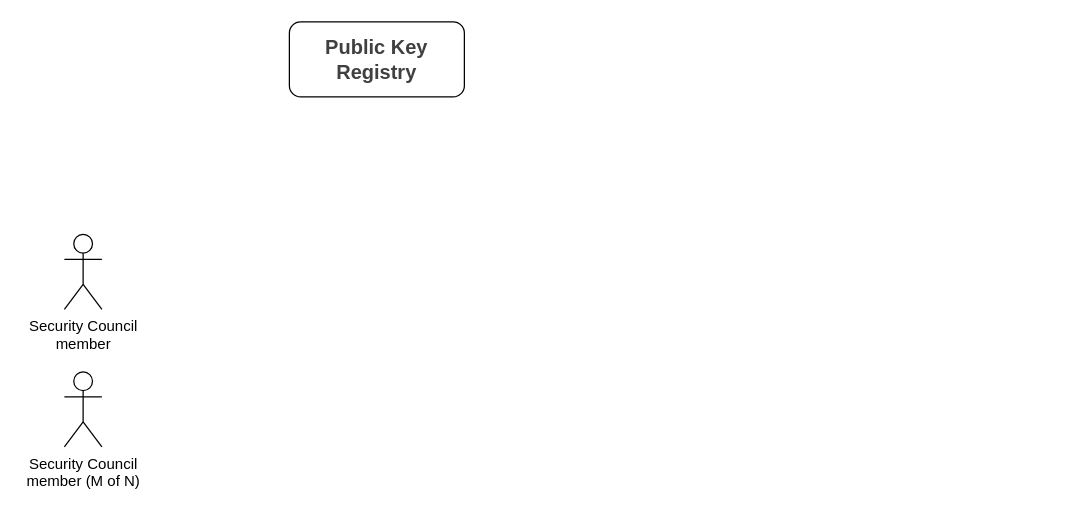
Above: page "Emergency proposal encryption" (5 of 6) of dao-flows.drawio in aragon/taiko-contracts (draw.io), before the change. Source tidied: cells renumbered, new cells numbered last; positions are measured from the earlier drawing's top-left corner, leaving out a move shared by most shapes. Both pictures are drawn from the tidied source at 125%, with x=0, y=0 at pixel (64, 21).
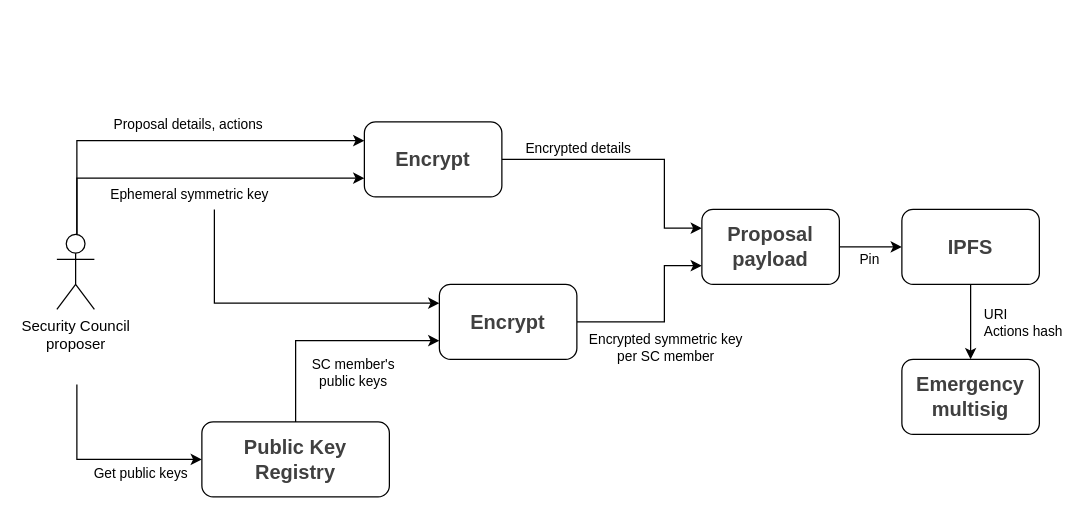
The same page after the edit.

Diff of the diagram source:
```diff
@@
+    <mxCell id="5" style="edgeStyle=orthogonalEdgeStyle;rounded=0;jettySize=auto;html=1;entryX=0;entryY=0.5;entryDx=0;entryDy=0;" parent="1" edge="1" target="4">
+      <mxGeometry relative="1" as="geometry">
+        <mxPoint x="10" y="290" as="sourcePoint" />
+        <Array as="points">
+          <mxPoint x="10" y="350" />
+        </Array>
+      </mxGeometry>
+    </mxCell>
+    <mxCell id="6" value="Get public keys" style="edgeLabel;html=1;align=center;verticalAlign=middle;" parent="5" vertex="1">
+      <mxGeometry x="-0.2" y="-1" relative="1" as="geometry">
+        <mxPoint x="46" y="9" as="offset" />
+      </mxGeometry>
+    </mxCell>
+    <mxCell id="7" style="edgeStyle=orthogonalEdgeStyle;rounded=0;jettySize=auto;html=1;entryX=0;entryY=0.25;entryDx=0;entryDy=0;" parent="1" edge="1" source="2" target="19">
+      <mxGeometry relative="1" as="geometry">
+        <Array as="points">
+          <mxPoint x="10" y="95" />
+        </Array>
+      </mxGeometry>
+    </mxCell>
+    <mxCell id="8" value="Proposal details, actions" style="edgeLabel;html=1;align=center;verticalAlign=middle;" parent="7" vertex="1">
+      <mxGeometry x="0.12" relative="1" as="geometry">
+        <mxPoint x="-8" y="-14" as="offset" />
+      </mxGeometry>
+    </mxCell>
+    <mxCell id="9" style="edgeStyle=orthogonalEdgeStyle;rounded=0;jettySize=auto;html=1;entryX=0;entryY=0.75;entryDx=0;entryDy=0;" parent="1" edge="1" source="2" target="19">
+      <mxGeometry relative="1" as="geometry">
+        <Array as="points">
+          <mxPoint x="10" y="125" />
+        </Array>
+      </mxGeometry>
+    </mxCell>
+    <mxCell id="10" value="Ephemeral symmetric key" style="edgeLabel;html=1;align=center;verticalAlign=middle;" parent="9" vertex="1">
+      <mxGeometry y="4" relative="1" as="geometry">
+        <mxPoint x="-4" y="16" as="offset" />
+      </mxGeometry>
+    </mxCell>
-    <mxCell id="2" value="Security Council&lt;div&gt;member&lt;/div&gt;" style="shape=umlActor;verticalLabelPosition=bottom;verticalAlign=top;html=1;outlineConnect=0;" parent="1" vertex="1">
-      <mxGeometry y="170" width="30" height="60" as="geometry" />
+    <mxCell id="2" value="Security Council&lt;div&gt;proposer&lt;/div&gt;" style="shape=umlActor;verticalLabelPosition=bottom;verticalAlign=top;html=1;outlineConnect=0;" parent="1" vertex="1">
+      <mxGeometry x="-6" y="170" width="30" height="60" as="geometry" />
     </mxCell>
-    <mxCell id="3" value="Security Council&lt;div&gt;member (M of N)&lt;/div&gt;" style="shape=umlActor;verticalLabelPosition=bottom;verticalAlign=top;html=1;" parent="1" vertex="1">
-      <mxGeometry y="280" width="30" height="60" as="geometry" />
-    </mxCell>
+    <mxCell id="11" style="edgeStyle=orthogonalEdgeStyle;rounded=0;jettySize=auto;html=1;exitX=0.5;exitY=0;exitDx=0;exitDy=0;entryX=0;entryY=0.75;entryDx=0;entryDy=0;" parent="1" edge="1" source="4" target="15">
+      <mxGeometry relative="1" as="geometry" />
+    </mxCell>
+    <mxCell id="12" value="SC member's&lt;div&gt;public keys&lt;/div&gt;" style="edgeLabel;html=1;align=center;verticalAlign=middle;" parent="11" vertex="1">
+      <mxGeometry x="-0.11" relative="1" as="geometry">
+        <mxPoint x="30" y="25" as="offset" />
+      </mxGeometry>
+    </mxCell>
     <mxCell id="4" value="&lt;font color=&quot;#404040&quot;&gt;&lt;span style=&quot;font-size: 16px;&quot;&gt;&lt;b&gt;Public Key&lt;br&gt;Registry&lt;/b&gt;&lt;/span&gt;&lt;/font&gt;" style="rounded=1;whiteSpace=wrap;html=1;" parent="1" vertex="1">
-      <mxGeometry x="180" width="140" height="60" as="geometry" />
+      <mxGeometry x="110" y="320" width="150" height="60" as="geometry" />
     </mxCell>
+    <mxCell id="13" style="edgeStyle=orthogonalEdgeStyle;rounded=0;jettySize=auto;html=1;entryX=0;entryY=0.75;entryDx=0;entryDy=0;" parent="1" edge="1" source="15" target="22">
+      <mxGeometry relative="1" as="geometry">
+        <Array as="points">
+          <mxPoint x="480" y="240" />
+          <mxPoint x="480" y="195" />
+        </Array>
+      </mxGeometry>
+    </mxCell>
+    <mxCell id="14" value="Encrypted symmetric key&lt;div&gt;per SC member&lt;/div&gt;" style="edgeLabel;html=1;align=center;verticalAlign=middle;" parent="13" vertex="1">
+      <mxGeometry x="-0.53" y="-2" relative="1" as="geometry">
+        <mxPoint x="36" y="18" as="offset" />
+      </mxGeometry>
+    </mxCell>
+    <mxCell id="15" value="&lt;font color=&quot;#404040&quot;&gt;&lt;span style=&quot;font-size: 16px;&quot;&gt;&lt;b&gt;Encrypt&lt;/b&gt;&lt;/span&gt;&lt;/font&gt;" style="rounded=1;whiteSpace=wrap;html=1;" parent="1" vertex="1">
+      <mxGeometry x="300" y="210" width="110" height="60" as="geometry" />
+    </mxCell>
+    <mxCell id="16" style="edgeStyle=orthogonalEdgeStyle;rounded=0;jettySize=auto;html=1;entryX=0;entryY=0.25;entryDx=0;entryDy=0;" parent="1" edge="1" source="19" target="22">
+      <mxGeometry relative="1" as="geometry">
+        <Array as="points">
+          <mxPoint x="480" y="110" />
+          <mxPoint x="480" y="165" />
+        </Array>
+      </mxGeometry>
+    </mxCell>
+    <mxCell id="17" value="Encrypted details" style="edgeLabel;html=1;align=center;verticalAlign=middle;" parent="16" vertex="1">
+      <mxGeometry x="-0.49" relative="1" as="geometry">
+        <mxPoint x="5" y="-10" as="offset" />
+      </mxGeometry>
+    </mxCell>
+    <mxCell id="18" style="edgeStyle=orthogonalEdgeStyle;rounded=0;jettySize=auto;html=1;entryX=0;entryY=0.25;entryDx=0;entryDy=0;" parent="1" edge="1" target="15">
+      <mxGeometry relative="1" as="geometry">
+        <mxPoint x="120" y="150" as="sourcePoint" />
+        <Array as="points">
+          <mxPoint x="120" y="225" />
+        </Array>
+      </mxGeometry>
+    </mxCell>
+    <mxCell id="19" value="&lt;font color=&quot;#404040&quot;&gt;&lt;span style=&quot;font-size: 16px;&quot;&gt;&lt;b&gt;Encrypt&lt;/b&gt;&lt;/span&gt;&lt;/font&gt;" style="rounded=1;whiteSpace=wrap;html=1;" parent="1" vertex="1">
+      <mxGeometry x="240" y="80" width="110" height="60" as="geometry" />
+    </mxCell>
+    <mxCell id="20" style="edgeStyle=orthogonalEdgeStyle;rounded=0;jettySize=auto;html=1;exitX=1;exitY=0.5;exitDx=0;exitDy=0;entryX=0;entryY=0.5;entryDx=0;entryDy=0;" parent="1" edge="1" source="22" target="25">
+      <mxGeometry relative="1" as="geometry" />
+    </mxCell>
+    <mxCell id="21" value="Pin" style="edgeLabel;html=1;align=center;verticalAlign=middle;" parent="20" vertex="1">
+      <mxGeometry y="-1" relative="1" as="geometry">
+        <mxPoint x="-2" y="8" as="offset" />
+      </mxGeometry>
+    </mxCell>
+    <mxCell id="22" value="&lt;font color=&quot;#404040&quot;&gt;&lt;span style=&quot;font-size: 16px;&quot;&gt;&lt;b&gt;Proposal payload&lt;/b&gt;&lt;/span&gt;&lt;/font&gt;" style="rounded=1;whiteSpace=wrap;html=1;" parent="1" vertex="1">
+      <mxGeometry x="510" y="150" width="110" height="60" as="geometry" />
+    </mxCell>
+    <mxCell id="23" style="edgeStyle=orthogonalEdgeStyle;rounded=0;jettySize=auto;html=1;entryX=0.5;entryY=0;entryDx=0;entryDy=0;" parent="1" edge="1" source="25" target="26">
+      <mxGeometry relative="1" as="geometry" />
+    </mxCell>
+    <mxCell id="24" value="URI&lt;div&gt;Actions hash&lt;/div&gt;" style="edgeLabel;html=1;align=left;verticalAlign=middle;" parent="23" vertex="1">
+      <mxGeometry x="-0.05" y="2" relative="1" as="geometry">
+        <mxPoint x="7" y="1" as="offset" />
+      </mxGeometry>
+    </mxCell>
+    <mxCell id="25" value="&lt;font color=&quot;#404040&quot;&gt;&lt;span style=&quot;font-size: 16px;&quot;&gt;&lt;b&gt;IPFS&lt;/b&gt;&lt;/span&gt;&lt;/font&gt;" style="rounded=1;whiteSpace=wrap;html=1;" parent="1" vertex="1">
+      <mxGeometry x="670" y="150" width="110" height="60" as="geometry" />
+    </mxCell>
+    <mxCell id="26" value="&lt;font color=&quot;#404040&quot;&gt;&lt;span style=&quot;font-size: 16px;&quot;&gt;&lt;b&gt;Emergency multisig&lt;/b&gt;&lt;/span&gt;&lt;/font&gt;" style="rounded=1;whiteSpace=wrap;html=1;" parent="1" vertex="1">
+      <mxGeometry x="670" y="270" width="110" height="60" as="geometry" />
+    </mxCell>
```
